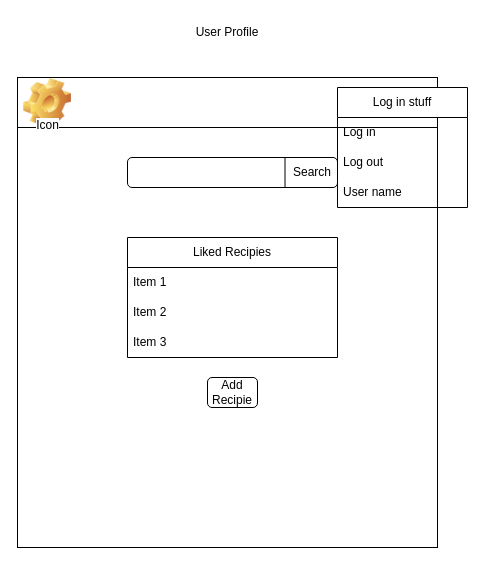
Above: page "Page-1" (1 of 4) of uml.drawio in BopeChanUwU/CPSC272-Group-Project (draw.io), before the change. Source tidied: cells renumbered, new cells numbered last; positions are measured from the earlier drawing's top-left corner, leaving out a move shared by most shapes. Both pictures are drawn from the tidied source at 100%, with x=0, y=0 at pixel (-8, 17).
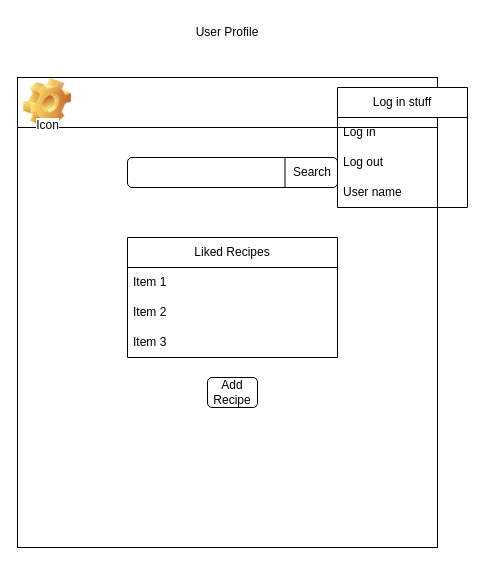
The same page after the edit.

The edit, as a diff of the source:
```diff
@@
 <mxGraphModel>
   <root>
     <mxCell id="0" />
     <mxCell id="1" parent="0" />
     <mxCell id="2" style="rounded=0;whiteSpace=wrap;html=1;rotation=-90;" parent="1" vertex="1">
       <mxGeometry y="85" width="470" height="420" as="geometry" />
     </mxCell>
     <mxCell id="3" style="rounded=0;whiteSpace=wrap;html=1;" parent="1" vertex="1">
       <mxGeometry x="25" y="60" width="420" height="50" as="geometry" />
     </mxCell>
     <mxCell id="4" style="rounded=1;whiteSpace=wrap;html=1;" parent="1" vertex="1">
       <mxGeometry x="135" y="140" width="210" height="30" as="geometry" />
     </mxCell>
     <mxCell id="5" style="endArrow=none;html=1;entryX=0.75;entryY=0;entryDx=0;entryDy=0;exitX=0.75;exitY=1;exitDx=0;exitDy=0;" parent="1" edge="1" source="4" target="4">
       <mxGeometry relative="1" as="geometry" />
     </mxCell>
     <mxCell id="6" value="Search" style="text;html=1;align=center;verticalAlign=middle;whiteSpace=wrap;rounded=0;" parent="1" vertex="1">
       <mxGeometry x="285" y="140" width="70" height="30" as="geometry" />
     </mxCell>
-    <mxCell id="7" value="Liked Recipies" style="swimlane;fontStyle=0;horizontal=1;startSize=30;whiteSpace=wrap;html=1;" parent="1" vertex="1">
+    <mxCell id="7" value="Liked Recipes" style="swimlane;fontStyle=0;horizontal=1;startSize=30;whiteSpace=wrap;html=1;" parent="1" vertex="1">
       <mxGeometry x="135" y="220" width="210" height="120" as="geometry" />
     </mxCell>
     <mxCell id="8" value="Item 1" style="text;strokeColor=none;fillColor=none;align=left;verticalAlign=middle;spacingLeft=4;spacingRight=4;overflow=hidden;whiteSpace=wrap;html=1;" parent="7" vertex="1">
       <mxGeometry y="30" width="210" height="30" as="geometry" />
     </mxCell>
     <mxCell id="9" value="Item 2" style="text;strokeColor=none;fillColor=none;align=left;verticalAlign=middle;spacingLeft=4;spacingRight=4;overflow=hidden;whiteSpace=wrap;html=1;" parent="7" vertex="1">
       <mxGeometry y="60" width="210" height="30" as="geometry" />
     </mxCell>
     <mxCell id="10" value="Item 3" style="text;strokeColor=none;fillColor=none;align=left;verticalAlign=middle;spacingLeft=4;spacingRight=4;overflow=hidden;whiteSpace=wrap;html=1;" parent="7" vertex="1">
       <mxGeometry y="90" width="210" height="30" as="geometry" />
     </mxCell>
     <mxCell id="11" style="rounded=1;whiteSpace=wrap;html=1;" parent="1" vertex="1">
       <mxGeometry x="215" y="360" width="50" height="30" as="geometry" />
     </mxCell>
-    <mxCell id="12" value="Add Recipie" style="text;html=1;align=center;verticalAlign=middle;whiteSpace=wrap;rounded=0;" parent="1" vertex="1">
+    <mxCell id="12" value="Add Recipe" style="text;html=1;align=center;verticalAlign=middle;whiteSpace=wrap;rounded=0;" parent="1" vertex="1">
       <mxGeometry x="210" y="360" width="60" height="30" as="geometry" />
     </mxCell>
     <mxCell id="13" value="Log in stuff" style="swimlane;fontStyle=0;horizontal=1;startSize=30;whiteSpace=wrap;html=1;" parent="1" vertex="1">
       <mxGeometry x="345" y="70" width="130" height="120" as="geometry" />
     </mxCell>
     <mxCell id="14" value="Log in" style="text;strokeColor=none;fillColor=none;align=left;verticalAlign=middle;spacingLeft=4;spacingRight=4;overflow=hidden;whiteSpace=wrap;html=1;" parent="13" vertex="1">
       <mxGeometry y="30" width="130" height="30" as="geometry" />
     </mxCell>
     <mxCell id="15" value="Log out" style="text;strokeColor=none;fillColor=none;align=left;verticalAlign=middle;spacingLeft=4;spacingRight=4;overflow=hidden;whiteSpace=wrap;html=1;" parent="13" vertex="1">
       <mxGeometry y="60" width="130" height="30" as="geometry" />
     </mxCell>
     <mxCell id="16" value="User name" style="text;strokeColor=none;fillColor=none;align=left;verticalAlign=middle;spacingLeft=4;spacingRight=4;overflow=hidden;whiteSpace=wrap;html=1;" parent="13" vertex="1">
       <mxGeometry y="90" width="130" height="30" as="geometry" />
     </mxCell>
     <mxCell id="17" value="User Profile" style="text;html=1;align=center;verticalAlign=middle;whiteSpace=wrap;rounded=0;" parent="1" vertex="1">
       <mxGeometry x="25" width="420" height="30" as="geometry" />
     </mxCell>
     <mxCell id="18" value="Icon" style="icon;html=1;image=img/clipart/Gear_128x128.png;arcSize=0;" parent="1" vertex="1">
       <mxGeometry x="45" y="80" width="20" height="10" as="geometry" />
     </mxCell>
   </root>
 </mxGraphModel>
```
